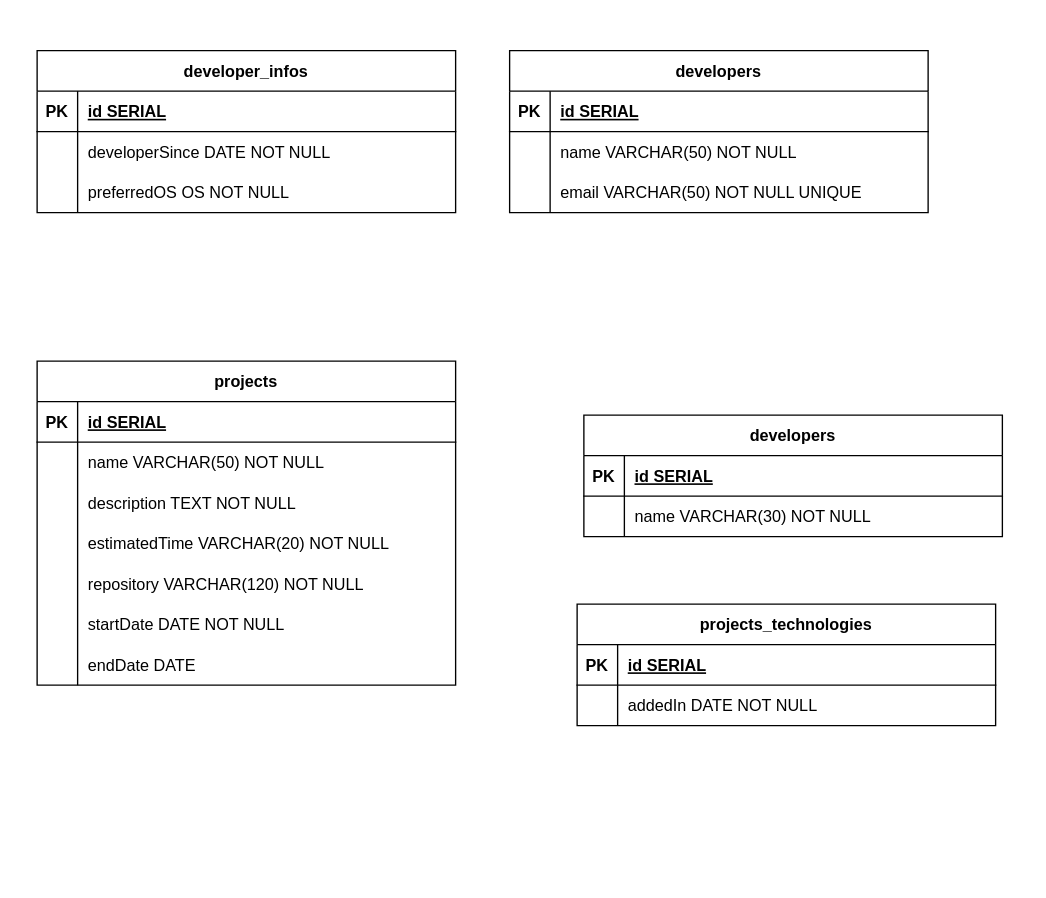
The draw.io diagram m4-sp3-desenvolvedores.drawio in glima-dev/m4-DER-general-repo, before the edit. Source tidied: cells renumbered, new cells numbered last; positions are measured from the earlier drawing's top-left corner, leaving out a move shared by most shapes. Both pictures are drawn from the tidied source at 135%, with x=0, y=0 at pixel (36, 50).
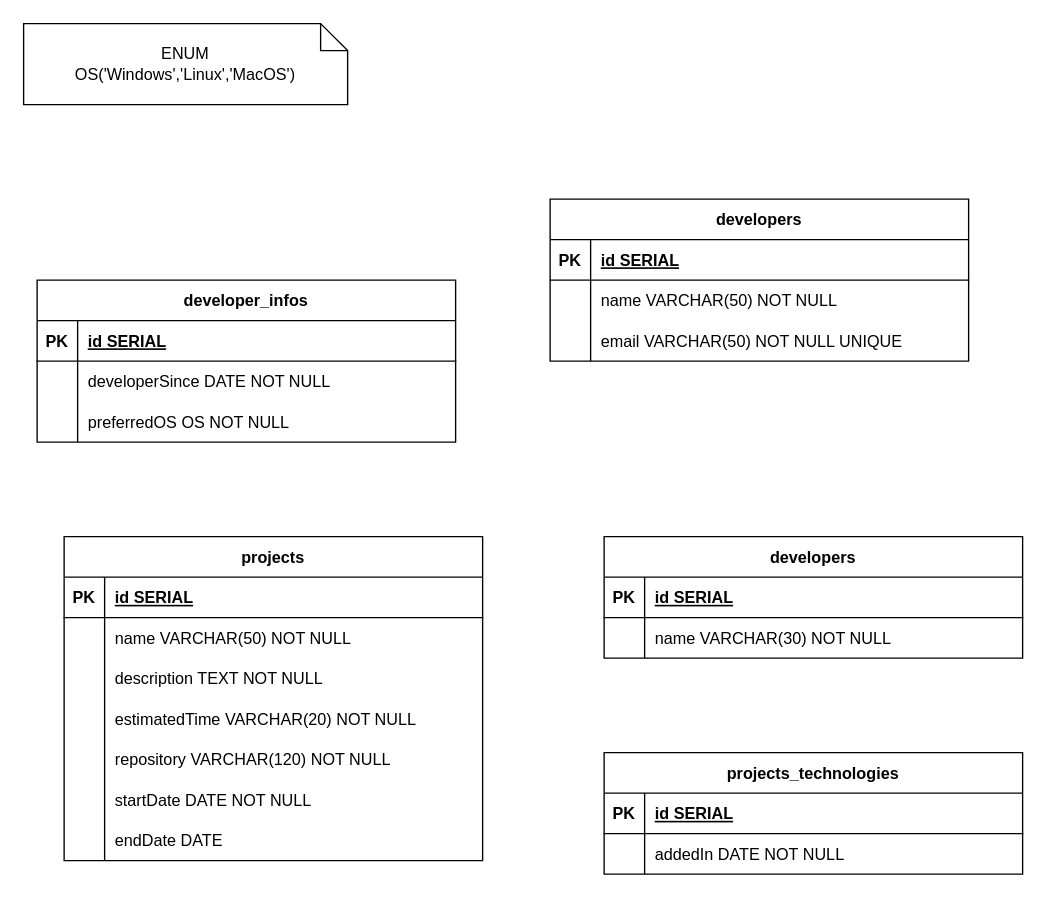
Above is the later version.

Diff of the diagram source:
```diff
@@
     <mxCell id="2" value="developer_infos" style="shape=table;startSize=30;childLayout=tableLayout;rowLines=0;fontStyle=1;align=center;" parent="1" vertex="1">
-      <mxGeometry width="310" height="120" as="geometry" />
+      <mxGeometry y="170" width="310" height="120" as="geometry" />
     </mxCell>
@@
     <mxCell id="12" value="developers" style="shape=table;startSize=30;childLayout=tableLayout;rowLines=0;fontStyle=1;align=center;" parent="1" vertex="1">
-      <mxGeometry x="350" width="310" height="120" as="geometry" />
+      <mxGeometry x="380" y="110" width="310" height="120" as="geometry" />
     </mxCell>
@@
     <mxCell id="22" value="projects" style="shape=table;startSize=30;childLayout=tableLayout;rowLines=0;fontStyle=1;align=center;" parent="1" vertex="1">
-      <mxGeometry y="230" width="310" height="240" as="geometry" />
+      <mxGeometry x="20" y="360" width="310" height="240" as="geometry" />
     </mxCell>
@@
     <mxCell id="44" value="developers" style="shape=table;startSize=30;childLayout=tableLayout;rowLines=0;fontStyle=1;align=center;" parent="1" vertex="1">
-      <mxGeometry x="405" y="270" width="310" height="90" as="geometry" />
+      <mxGeometry x="420" y="360" width="310" height="90" as="geometry" />
     </mxCell>
@@
     <mxCell id="51" value="projects_technologies" style="shape=table;startSize=30;childLayout=tableLayout;rowLines=0;fontStyle=1;align=center;" parent="1" vertex="1">
-      <mxGeometry x="400" y="410" width="310" height="90" as="geometry" />
+      <mxGeometry x="420" y="520" width="310" height="90" as="geometry" />
     </mxCell>
@@
+    <mxCell id="58" value="ENUM&lt;br&gt;OS('Windows','Linux','MacOS')" style="shape=note;size=20;whiteSpace=wrap;html=1;strokeWidth=1;" parent="1" vertex="1">
+      <mxGeometry x="-10" y="-20" width="240" height="60" as="geometry" />
+    </mxCell>
```
